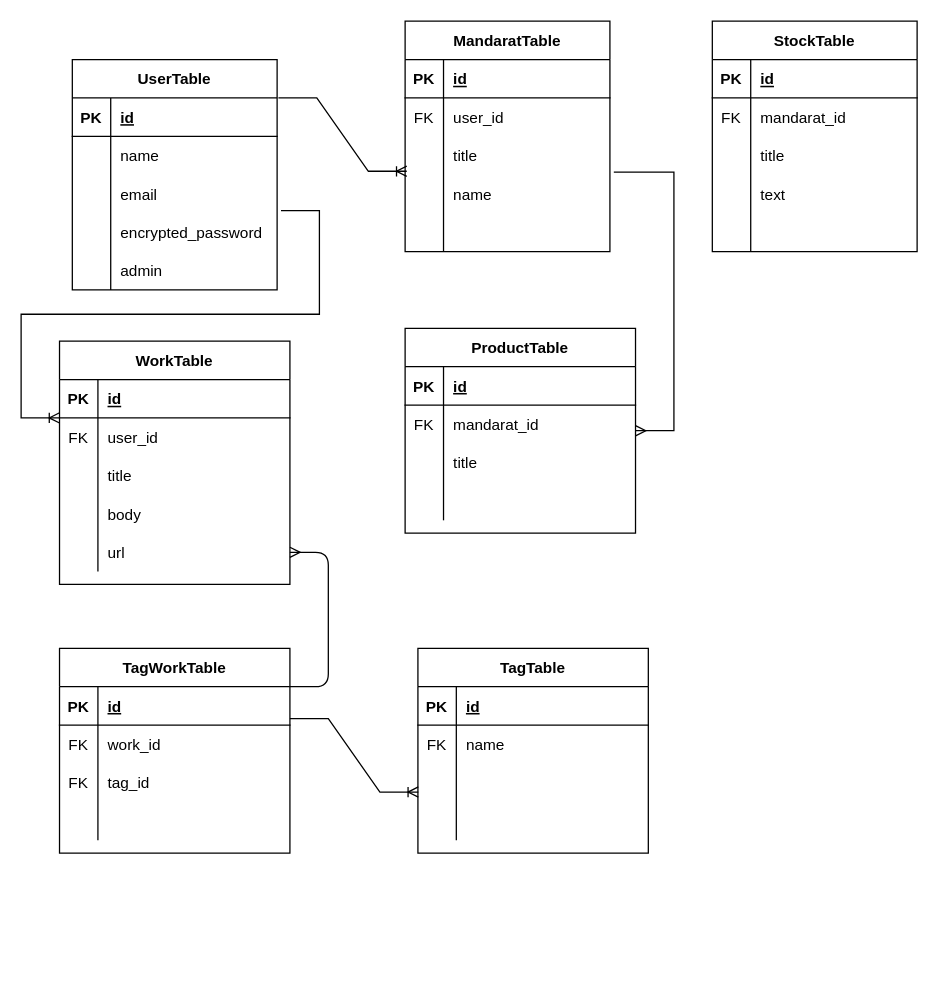
This is page "ページ1" (1 of 2) of app/er.dio from JAMChannel/mandarat-app, a draw.io file, before an edit. Source tidied: cells renumbered, new cells numbered last; positions are measured from the earlier drawing's top-left corner, leaving out a move shared by most shapes. Both pictures are drawn from the tidied source at 128%, with x=0, y=0 at pixel (59, 20).
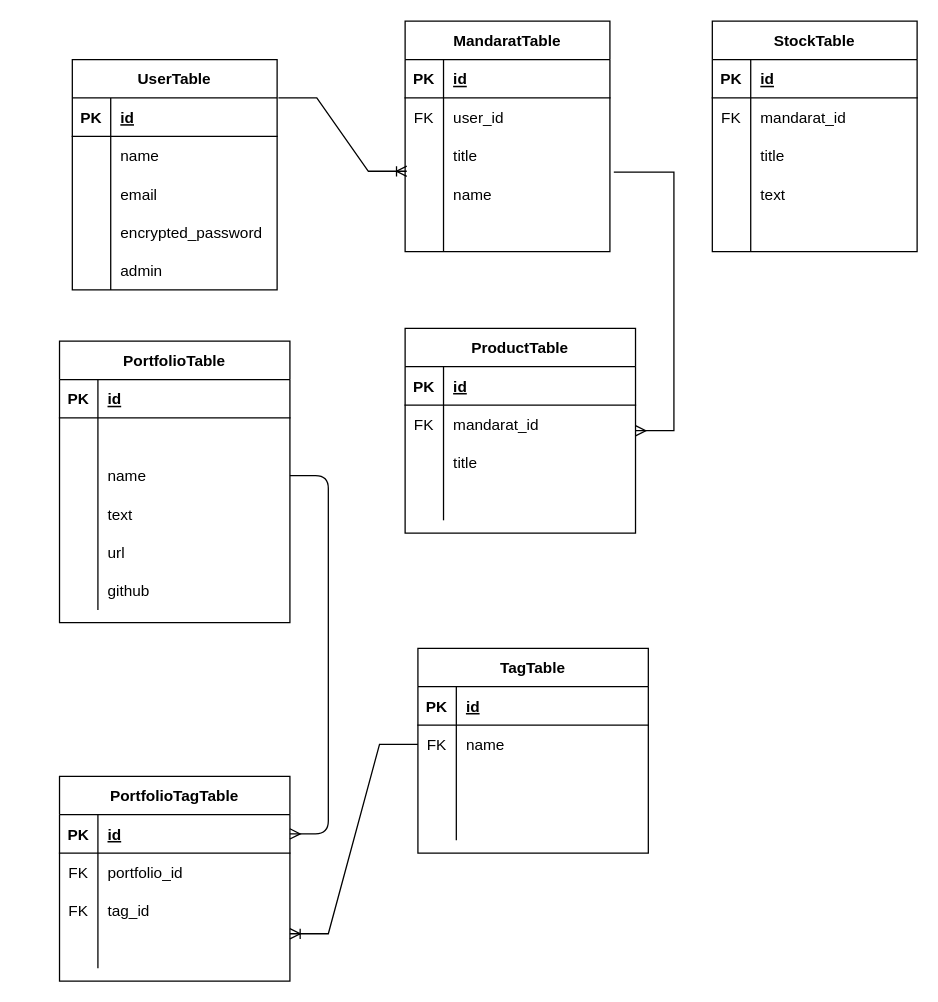
The same diagram, later.

Unchanged cells that the change refers to:
```xml
<mxCell id="13" style="shape=partialRectangle;fillColor=none;top=0;left=0;bottom=0;right=0;points=[[0,0.5],[1,0.5]];portConstraint=eastwest;" parent="3" vertex="1">
  <mxGeometry y="120" width="160" height="30" as="geometry" />
</mxCell>
<mxCell id="53" style="shape=partialRectangle;fillColor=none;top=0;left=0;bottom=0;right=0;" parent="49" vertex="1">
  <mxGeometry y="60" width="180" height="30" as="geometry" />
</mxCell>
<mxCell id="56" style="shape=partialRectangle;fillColor=none;top=0;left=0;bottom=0;right=0;points=[[0,0.5],[1,0.5]];portConstraint=eastwest;" parent="49" vertex="1">
  <mxGeometry y="90" width="180" height="30" as="geometry" />
</mxCell>
<mxCell id="59" style="shape=partialRectangle;fillColor=none;top=0;left=0;bottom=0;right=0;" parent="49" vertex="1">
  <mxGeometry y="120" width="180" height="30" as="geometry" />
</mxCell>
<mxCell id="62" style="shape=partialRectangle;fillColor=none;top=0;left=0;bottom=0;right=0;points=[[0,0.5],[1,0.5]];portConstraint=eastwest;" parent="49" vertex="1">
  <mxGeometry y="150" width="180" height="30" as="geometry" />
</mxCell>
<mxCell id="67" style="shape=partialRectangle;fillColor=none;top=0;left=0;bottom=1;right=0;points=[[0,0.5],[1,0.5]];portConstraint=eastwest;" parent="66" vertex="1">
  <mxGeometry y="30" width="180" height="30" as="geometry" />
</mxCell>
<mxCell id="70" style="shape=partialRectangle;fillColor=none;top=0;left=0;bottom=0;right=0;" parent="66" vertex="1">
  <mxGeometry y="60" width="180" height="30" as="geometry" />
</mxCell>
<mxCell id="76" style="shape=partialRectangle;fillColor=none;top=0;left=0;bottom=0;right=0;points=[[0,0.5],[1,0.5]];portConstraint=eastwest;" parent="66" vertex="1">
  <mxGeometry y="120" width="180" height="30" as="geometry" />
</mxCell>
<mxCell id="84" style="shape=partialRectangle;fillColor=none;top=0;left=0;bottom=0;right=0;points=[[0,0.5],[1,0.5]];portConstraint=eastwest;" parent="80" vertex="1">
  <mxGeometry y="60" width="180" height="30" as="geometry" />
</mxCell>
```

What changed in the source:
```diff
@@
-    <mxCell id="49" value="WorkTable" style="shape=table;startSize=30;childLayout=tableLayout;rowLines=0;fontStyle=1;align=center;" parent="1" vertex="1">
-      <mxGeometry y="250" width="180" height="190" as="geometry" />
+    <mxCell id="49" value="PortfolioTable" style="shape=table;startSize=30;childLayout=tableLayout;rowLines=0;fontStyle=1;align=center;" parent="1" vertex="1">
+      <mxGeometry y="250" width="180" height="220" as="geometry" />
     </mxCell>
@@
-    <mxCell id="54" value="FK" style="shape=partialRectangle;fillColor=none;top=0;left=0;bottom=0;right=0;overflow=hidden;" parent="53" vertex="1">
+    <mxCell id="54" style="shape=partialRectangle;fillColor=none;top=0;left=0;bottom=0;right=0;overflow=hidden;" parent="53" vertex="1">
       <mxGeometry width="30" height="30" as="geometry" />
     </mxCell>
-    <mxCell id="55" value="user_id" style="shape=partialRectangle;fillColor=none;top=0;left=0;bottom=0;right=0;align=left;spacingLeft=6;overflow=hidden;" parent="53" vertex="1">
+    <mxCell id="55" style="shape=partialRectangle;fillColor=none;top=0;left=0;bottom=0;right=0;align=left;spacingLeft=6;overflow=hidden;" parent="53" vertex="1">
       <mxGeometry x="30" width="150" height="30" as="geometry" />
     </mxCell>
@@
-    <mxCell id="58" value="title" style="shape=partialRectangle;fillColor=none;top=0;left=0;bottom=0;right=0;align=left;spacingLeft=6;overflow=hidden;" parent="56" vertex="1">
+    <mxCell id="58" value="name" style="shape=partialRectangle;fillColor=none;top=0;left=0;bottom=0;right=0;align=left;spacingLeft=6;overflow=hidden;" parent="56" vertex="1">
       <mxGeometry x="30" width="150" height="30" as="geometry" />
     </mxCell>
@@
-    <mxCell id="61" value="body" style="shape=partialRectangle;fillColor=none;top=0;left=0;bottom=0;right=0;align=left;spacingLeft=6;overflow=hidden;" parent="59" vertex="1">
+    <mxCell id="61" value="text" style="shape=partialRectangle;fillColor=none;top=0;left=0;bottom=0;right=0;align=left;spacingLeft=6;overflow=hidden;" parent="59" vertex="1">
       <mxGeometry x="30" width="150" height="30" as="geometry" />
     </mxCell>
@@
-    <mxCell id="65" style="edgeStyle=entityRelationEdgeStyle;fontSize=12;html=1;endArrow=ERoneToMany;rounded=0;exitX=1.019;exitY=-0.067;exitDx=0;exitDy=0;exitPerimeter=0;" parent="1" edge="1" source="13">
-      <mxGeometry relative="1" as="geometry">
-        <mxPoint y="310" as="targetPoint" />
-      </mxGeometry>
-    </mxCell>
+    <mxCell id="110" style="shape=partialRectangle;fillColor=none;top=0;left=0;bottom=0;right=0;" parent="49" vertex="1">
+      <mxGeometry y="180" width="180" height="30" as="geometry" />
+    </mxCell>
+    <mxCell id="111" style="shape=partialRectangle;fillColor=none;top=0;left=0;bottom=0;right=0;overflow=hidden;" parent="110" vertex="1">
+      <mxGeometry width="30" height="30" as="geometry" />
+    </mxCell>
+    <mxCell id="112" value="github" style="shape=partialRectangle;fillColor=none;top=0;left=0;bottom=0;right=0;align=left;spacingLeft=6;overflow=hidden;" parent="110" vertex="1">
+      <mxGeometry x="30" width="150" height="30" as="geometry" />
+    </mxCell>
-    <mxCell id="66" value="TagWorkTable" style="shape=table;startSize=30;childLayout=tableLayout;rowLines=0;fontStyle=1;align=center;" parent="1" vertex="1">
-      <mxGeometry y="490" width="180" height="160" as="geometry" />
+    <mxCell id="66" value="PortfolioTagTable" style="shape=table;startSize=30;childLayout=tableLayout;rowLines=0;fontStyle=1;align=center;" parent="1" vertex="1">
+      <mxGeometry y="590" width="180" height="160" as="geometry" />
     </mxCell>
@@
-    <mxCell id="72" value="work_id      " style="shape=partialRectangle;fillColor=none;top=0;left=0;bottom=0;right=0;align=left;spacingLeft=6;overflow=hidden;" parent="70" vertex="1">
+    <mxCell id="72" value="portfolio_id      " style="shape=partialRectangle;fillColor=none;top=0;left=0;bottom=0;right=0;align=left;spacingLeft=6;overflow=hidden;" parent="70" vertex="1">
       <mxGeometry x="30" width="150" height="30" as="geometry" />
     </mxCell>
@@
-    <mxCell id="79" style="edgeStyle=entityRelationEdgeStyle;fontSize=12;html=1;endArrow=ERmany;" parent="1" edge="1" target="62">
-      <mxGeometry relative="1" as="geometry">
-        <mxPoint x="180" y="520" as="sourcePoint" />
-      </mxGeometry>
+    <mxCell id="79" style="edgeStyle=entityRelationEdgeStyle;fontSize=12;html=1;endArrow=ERmany;exitX=1;exitY=0.5;exitDx=0;exitDy=0;" parent="1" edge="1" source="56" target="67">
+      <mxGeometry relative="1" as="geometry" />
     </mxCell>
@@
-    <mxCell id="93" style="edgeStyle=entityRelationEdgeStyle;fontSize=12;html=1;endArrow=ERoneToMany;rounded=0;entryX=0.008;entryY=0.91;entryDx=0;entryDy=0;entryPerimeter=0;" parent="1" edge="1">
-      <mxGeometry relative="1" as="geometry">
-        <mxPoint x="180" y="545" as="sourcePoint" />
-        <mxPoint x="280.3" y="602.3" as="targetPoint" />
-      </mxGeometry>
+    <mxCell id="93" style="edgeStyle=entityRelationEdgeStyle;fontSize=12;html=1;endArrow=ERoneToMany;rounded=0;entryX=1;entryY=0.1;entryDx=0;entryDy=0;entryPerimeter=0;exitX=0;exitY=0.5;exitDx=0;exitDy=0;" parent="1" edge="1" source="84" target="76">
+      <mxGeometry relative="1" as="geometry" />
     </mxCell>
```
